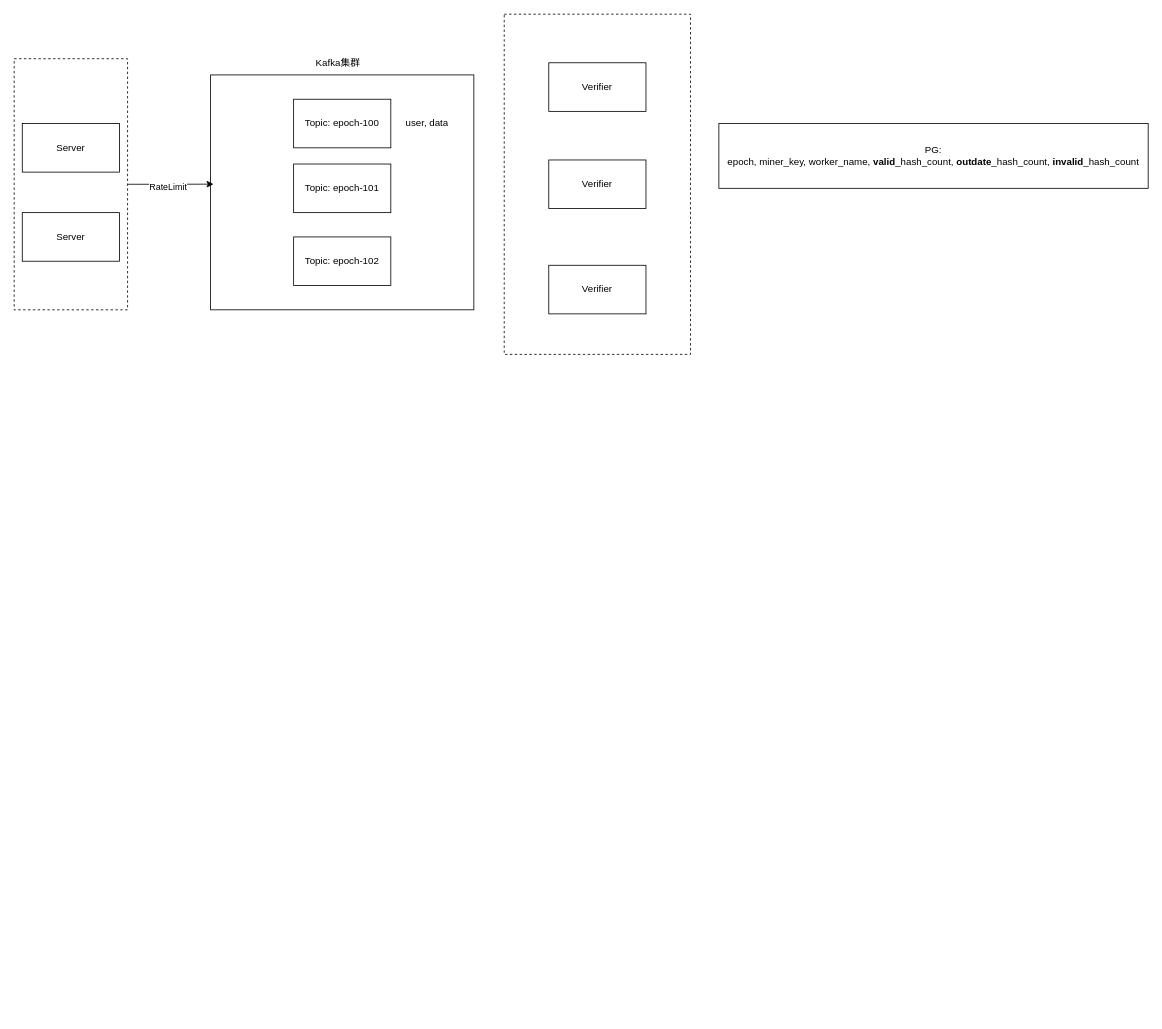
ghostant-1017/draw-io keeps this draw.io diagram as Untitled Diagram.drawio. Above is the earlier version. Source tidied: cells renumbered, new cells numbered last; positions are measured from the earlier drawing's top-left corner, leaving out a move shared by most shapes. Both pictures are drawn from the tidied source at 81%, with x=0, y=0 at pixel (14, 14).
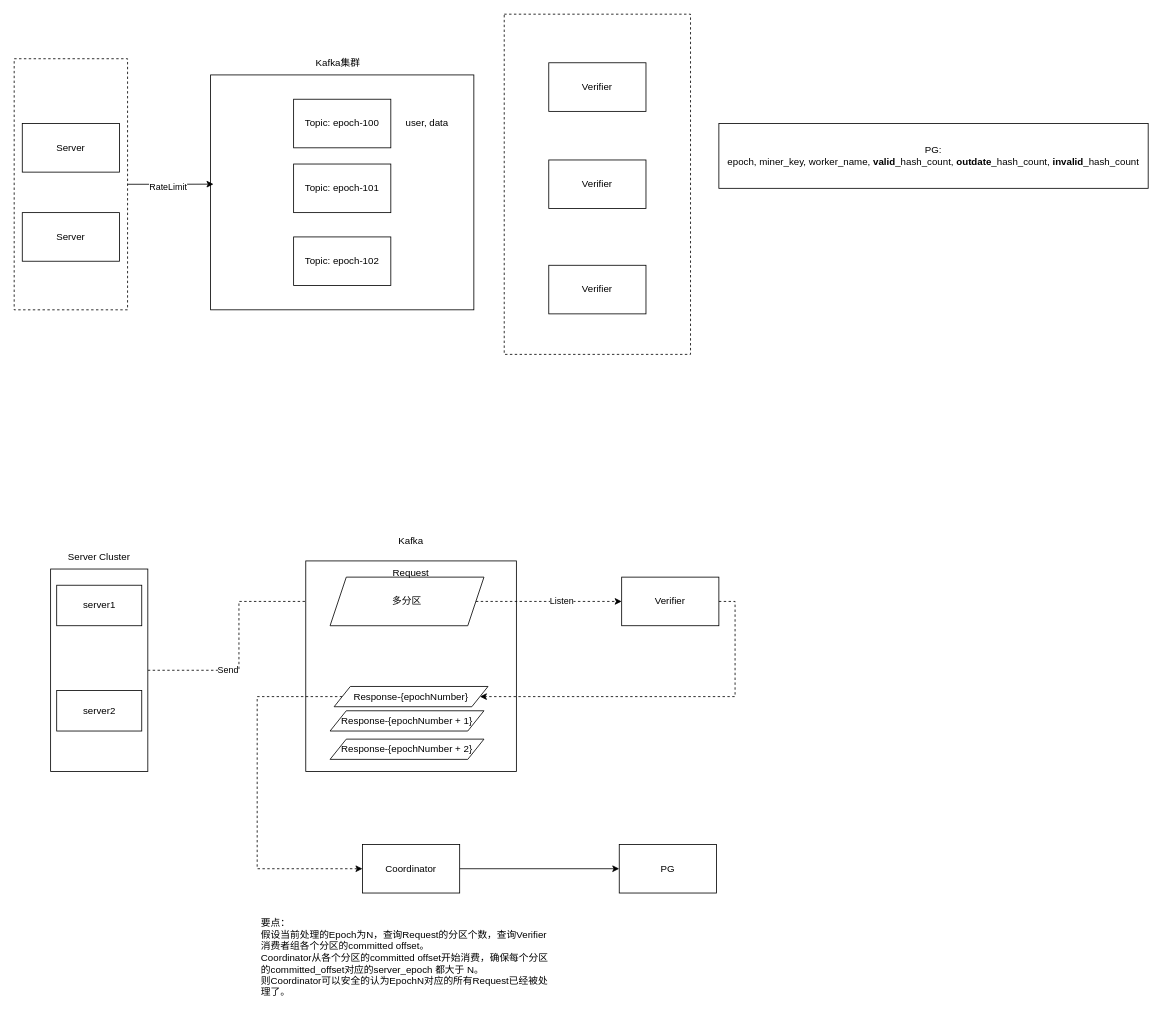
After the change.

What changed in the source:
```diff
@@
+    <mxCell id="18" style="edgeStyle=orthogonalEdgeStyle;rounded=0;jettySize=auto;html=1;exitX=1;exitY=0.5;exitDx=0;exitDy=0;entryX=0;entryY=0.5;entryDx=0;entryDy=0;dashed=1;" parent="1" edge="1" source="20" target="28">
+      <mxGeometry relative="1" as="geometry" />
+    </mxCell>
+    <mxCell id="19" value="Send" style="edgeLabel;html=1;align=center;verticalAlign=middle;" parent="18" vertex="1">
+      <mxGeometry x="-0.39" y="1" relative="1" as="geometry" />
+    </mxCell>
+    <mxCell id="20" style="rounded=0;whiteSpace=wrap;html=1;" parent="1" vertex="1">
+      <mxGeometry x="45" y="685" width="120" height="250" as="geometry" />
+    </mxCell>
+    <mxCell id="21" value="Server Cluster" style="text;html=1;align=center;verticalAlign=middle;whiteSpace=wrap;rounded=0;" parent="1" vertex="1">
+      <mxGeometry x="60" y="655" width="90" height="30" as="geometry" />
+    </mxCell>
+    <mxCell id="22" value="server1" style="rounded=0;whiteSpace=wrap;html=1;" parent="1" vertex="1">
+      <mxGeometry x="52.5" y="705" width="105" height="50" as="geometry" />
+    </mxCell>
+    <mxCell id="23" value="server2" style="rounded=0;whiteSpace=wrap;html=1;" parent="1" vertex="1">
+      <mxGeometry x="52.5" y="835" width="105" height="50" as="geometry" />
+    </mxCell>
+    <mxCell id="24" style="rounded=0;whiteSpace=wrap;html=1;" parent="1" vertex="1">
+      <mxGeometry x="360" y="675" width="260" height="260" as="geometry" />
+    </mxCell>
+    <mxCell id="25" value="Kafka" style="text;html=1;align=center;verticalAlign=middle;whiteSpace=wrap;rounded=0;" parent="1" vertex="1">
+      <mxGeometry x="460" y="635" width="60" height="30" as="geometry" />
+    </mxCell>
+    <mxCell id="26" style="edgeStyle=orthogonalEdgeStyle;rounded=0;jettySize=auto;html=1;exitX=1;exitY=0.5;exitDx=0;exitDy=0;entryX=0;entryY=0.5;entryDx=0;entryDy=0;dashed=1;" parent="1" edge="1" source="28" target="35">
+      <mxGeometry relative="1" as="geometry" />
+    </mxCell>
+    <mxCell id="27" value="Listen" style="edgeLabel;html=1;align=center;verticalAlign=middle;" parent="26" vertex="1">
+      <mxGeometry x="0.17" y="1" relative="1" as="geometry" />
+    </mxCell>
+    <mxCell id="28" value="多分区" style="shape=parallelogram;perimeter=parallelogramPerimeter;whiteSpace=wrap;html=1;fixedSize=1;" parent="1" vertex="1">
+      <mxGeometry x="390" y="695" width="190" height="60" as="geometry" />
+    </mxCell>
+    <mxCell id="29" value="Request" style="text;html=1;align=center;verticalAlign=middle;whiteSpace=wrap;rounded=0;" parent="1" vertex="1">
+      <mxGeometry x="460" y="675" width="60" height="30" as="geometry" />
+    </mxCell>
+    <mxCell id="30" style="edgeStyle=orthogonalEdgeStyle;rounded=0;jettySize=auto;html=1;exitX=0;exitY=0.5;exitDx=0;exitDy=0;entryX=0;entryY=0.5;entryDx=0;entryDy=0;dashed=1;" parent="1" edge="1" source="31" target="37">
+      <mxGeometry relative="1" as="geometry">
+        <Array as="points">
+          <mxPoint x="300" y="843" />
+          <mxPoint x="300" y="1055" />
+        </Array>
+      </mxGeometry>
+    </mxCell>
+    <mxCell id="31" value="Response-{epochNumber}" style="shape=parallelogram;perimeter=parallelogramPerimeter;whiteSpace=wrap;html=1;fixedSize=1;" parent="1" vertex="1">
+      <mxGeometry x="395" y="830" width="190" height="25" as="geometry" />
+    </mxCell>
+    <mxCell id="32" value="Response-{epochNumber + 1}" style="shape=parallelogram;perimeter=parallelogramPerimeter;whiteSpace=wrap;html=1;fixedSize=1;" parent="1" vertex="1">
+      <mxGeometry x="390" y="860" width="190" height="25" as="geometry" />
+    </mxCell>
+    <mxCell id="33" value="Response-{epochNumber + 2}" style="shape=parallelogram;perimeter=parallelogramPerimeter;whiteSpace=wrap;html=1;fixedSize=1;" parent="1" vertex="1">
+      <mxGeometry x="390" y="895" width="190" height="25" as="geometry" />
+    </mxCell>
+    <mxCell id="34" style="edgeStyle=orthogonalEdgeStyle;rounded=0;jettySize=auto;html=1;exitX=1;exitY=0.5;exitDx=0;exitDy=0;entryX=1;entryY=0.5;entryDx=0;entryDy=0;dashed=1;" parent="1" edge="1" source="35" target="31">
+      <mxGeometry relative="1" as="geometry">
+        <Array as="points">
+          <mxPoint x="890" y="725" />
+          <mxPoint x="890" y="843" />
+        </Array>
+      </mxGeometry>
+    </mxCell>
+    <mxCell id="35" value="Verifier" style="rounded=0;whiteSpace=wrap;html=1;" parent="1" vertex="1">
+      <mxGeometry x="750" y="695" width="120" height="60" as="geometry" />
+    </mxCell>
+    <mxCell id="36" style="edgeStyle=orthogonalEdgeStyle;rounded=0;jettySize=auto;html=1;exitX=1;exitY=0.5;exitDx=0;exitDy=0;" parent="1" edge="1" source="37" target="38">
+      <mxGeometry relative="1" as="geometry" />
+    </mxCell>
+    <mxCell id="37" value="Coordinator" style="rounded=0;whiteSpace=wrap;html=1;" parent="1" vertex="1">
+      <mxGeometry x="430" y="1025" width="120" height="60" as="geometry" />
+    </mxCell>
+    <mxCell id="38" value="PG" style="rounded=0;whiteSpace=wrap;html=1;" parent="1" vertex="1">
+      <mxGeometry x="747" y="1025" width="120" height="60" as="geometry" />
+    </mxCell>
+    <mxCell id="39" value="要点：&lt;div&gt;假设当前处理的Epoch为N，查询Request的分区个数，查询Verifier消费者组各个分区的committed offset。&lt;/div&gt;&lt;div&gt;Coordinator从各个分区的committed offset开始消费，确保每个分区的committed_offset对应的server_epoch 都大于 N。&lt;/div&gt;&lt;div&gt;则Coordinator可以安全的认为EpochN对应的所有Request已经被处理了。&lt;/div&gt;" style="text;html=1;align=left;verticalAlign=middle;whiteSpace=wrap;rounded=0;" parent="1" vertex="1">
+      <mxGeometry x="302.5" y="1095" width="365" height="140" as="geometry" />
+    </mxCell>
```
